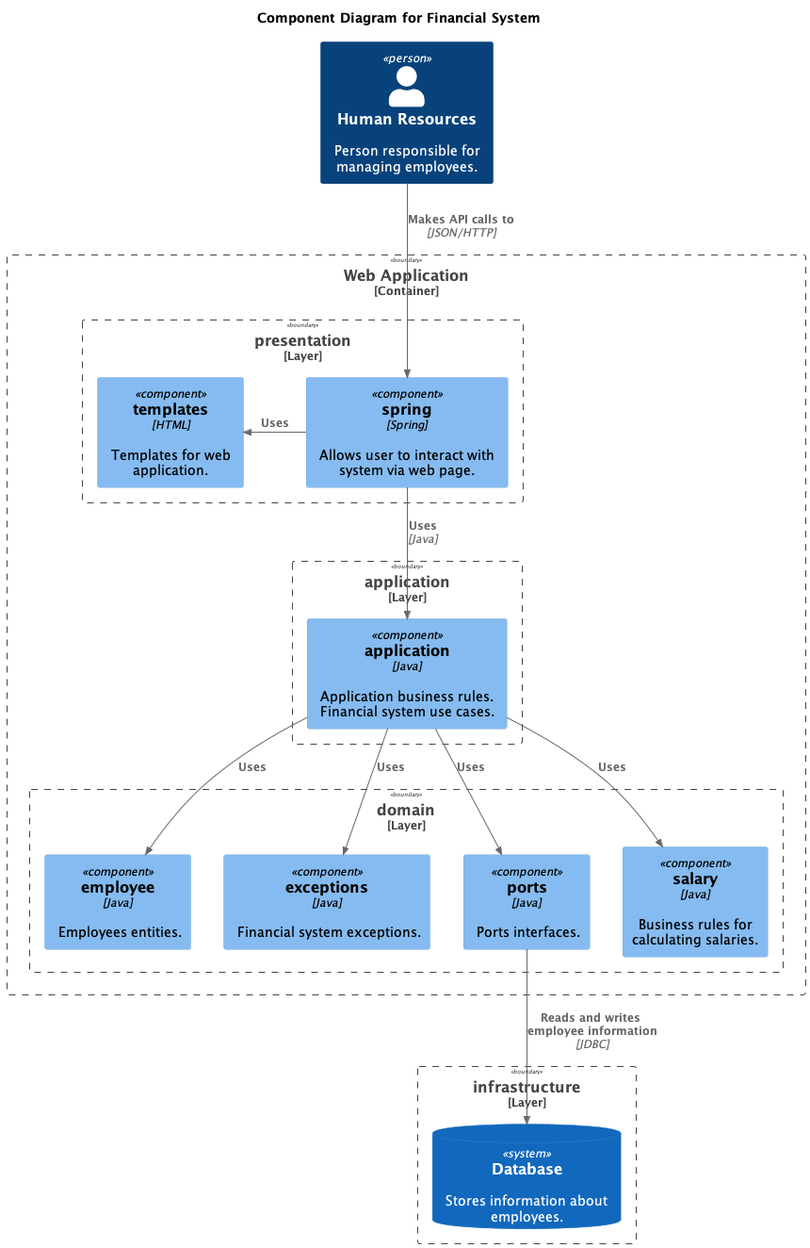
stawirej/financial-system keeps this PlantUML diagram as doc/architecture/c4/level_3_component/web_application_component.png. Above is the earlier version. Its source is kept beside it as doc/architecture/c4/level_3_component/web_application_component.puml.
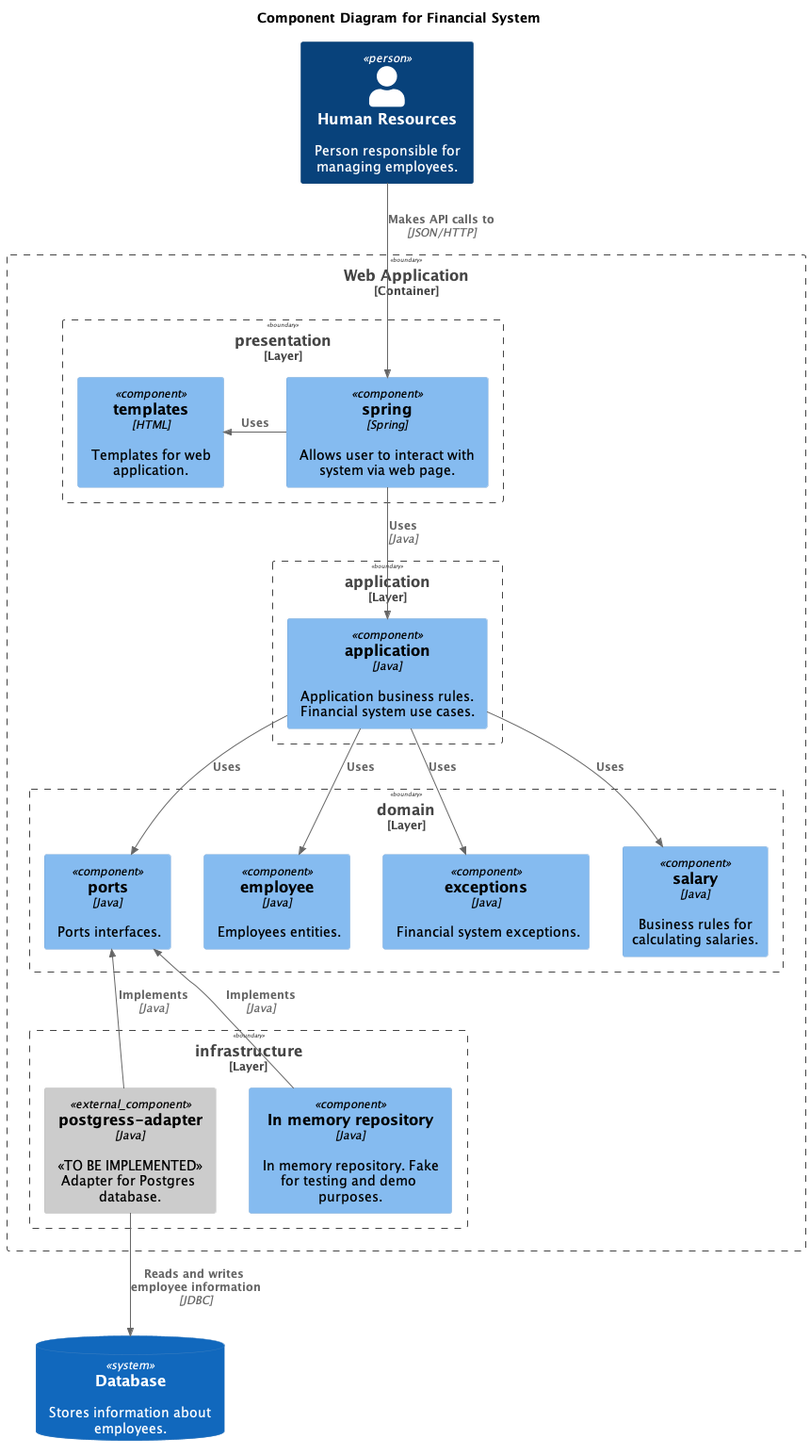
Above is the later version.

Diff of the diagram source:
```diff
@@ -8,9 +8,7 @@
 
 humanResourcesPerson()
 
-Boundary(infrastructureLayer, "infrastructure", "Layer") {
-    databaseSystem()
-}
+databaseSystem()
 
 Boundary(webApplicationContainerBoundary, "Web Application", "Container") {
     Boundary(presentationLayer, "presentation", "Layer") {
@@ -27,8 +25,12 @@
         Component(exceptions, "exceptions", "Java", "Financial system exceptions.")
         Component(ports, "ports", "Java", "Ports interfaces.")
         Component(salary, "salary", "Java", "Business rules for calculating salaries.")
+    }
 
-    }
+    Boundary(infrastructure, "infrastructure", "Layer") {
+            Component_Ext(postgresAdapter, "postgress-adapter", "Java", "<<TO BE IMPLEMENTED>> Adapter for Postgres database.")
+            Component(inMemoryRepository, "In memory repository", "Java", "In memory repository. Fake for testing and demo purposes.")
+        }
 }
 Rel(financialSystem, employee, "Uses")
 Rel(financialSystem, exceptions, "Uses")
@@ -38,5 +40,10 @@
 Rel(humanResources, springComponent, "Makes API calls to", "JSON/HTTP")
 Rel(springComponent, financialSystem, "Uses", "Java")
 Rel_L(springComponent, springTemplates, "Uses")
-Rel(ports, database, "Reads and writes employee information", "JDBC")
+
+Rel_U(postgresAdapter, ports, "Implements", "Java")
+
+Rel(inMemoryRepository, ports, "Implements", "Java")
+Rel(postgresAdapter, database, "Reads and writes employee information", "JDBC")
+
 @enduml
```
